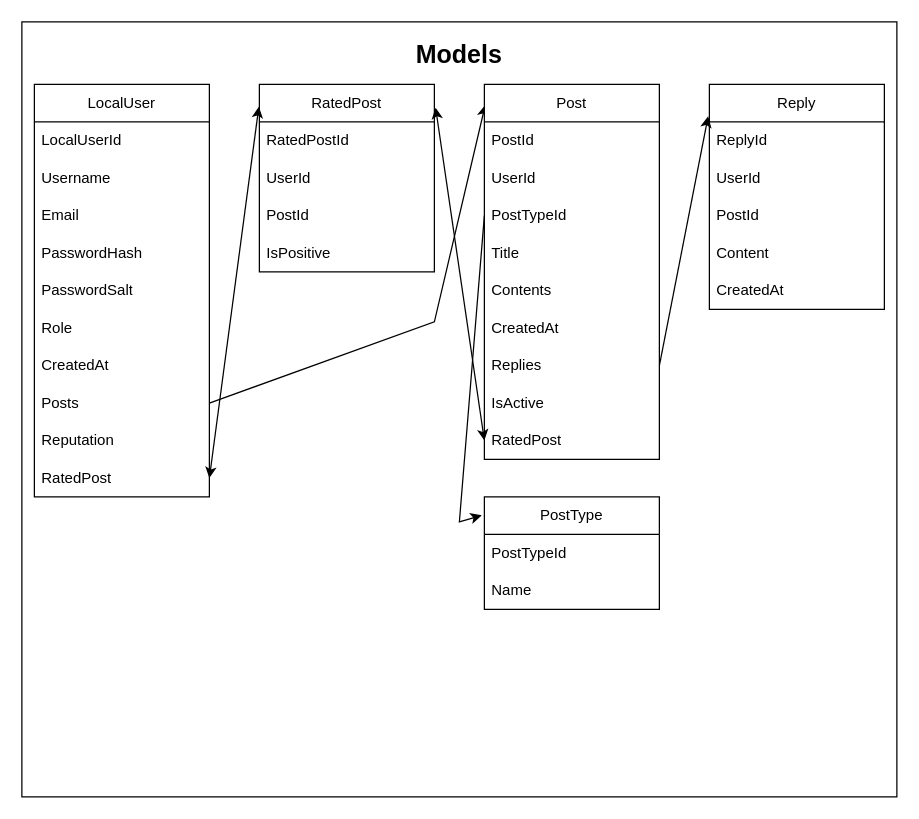
The draw.io diagram Forum.drawio in TaurasCern/HSForum, before the edit. Source tidied: cells renumbered, new cells numbered last; positions are measured from the earlier drawing's top-left corner, leaving out a move shared by most shapes. Both pictures are drawn from the tidied source at 125%, with x=0, y=0 at pixel (21, 21).
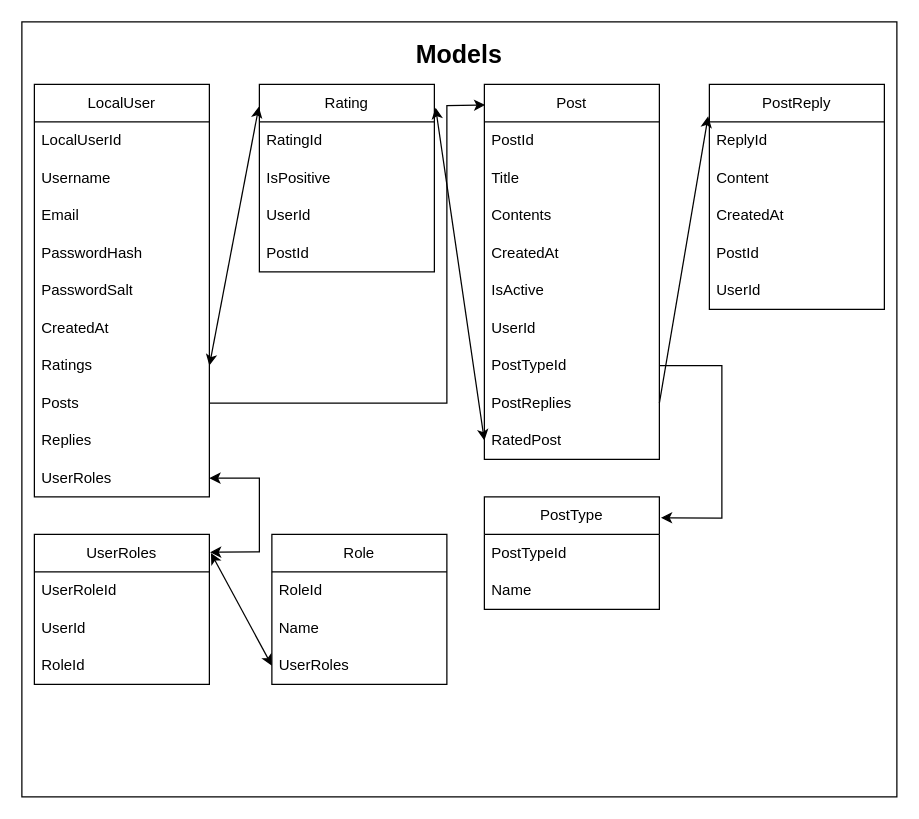
The same page after the edit.

Unchanged cells that the change refers to:
```xml
<mxCell id="3" value="LocalUser&lt;br&gt;" style="swimlane;fontStyle=0;horizontal=1;startSize=30;whiteSpace=wrap;html=1;" parent="1" vertex="1">
  <mxGeometry x="10" y="50" width="140" height="330" as="geometry" />
</mxCell>
<mxCell id="11" value="Posts" style="text;strokeColor=none;fillColor=none;align=left;verticalAlign=middle;spacingLeft=4;spacingRight=4;overflow=hidden;points=[[0,0.5],[1,0.5]];portConstraint=eastwest;whiteSpace=wrap;html=1;" parent="3" vertex="1">
  <mxGeometry y="240" width="140" height="30" as="geometry" />
</mxCell>
<mxCell id="16" value="PostType" style="swimlane;fontStyle=0;horizontal=1;startSize=30;whiteSpace=wrap;html=1;" parent="1" vertex="1">
  <mxGeometry x="370" y="380" width="140" height="90" as="geometry" />
</mxCell>
<mxCell id="19" value="Post" style="swimlane;fontStyle=0;horizontal=1;startSize=30;whiteSpace=wrap;html=1;" parent="1" vertex="1">
  <mxGeometry x="370" y="50" width="140" height="300" as="geometry" />
</mxCell>
```

What changed in the source:
```diff
@@
-    <mxCell id="9" value="Role" style="text;strokeColor=none;fillColor=none;align=left;verticalAlign=middle;spacingLeft=4;spacingRight=4;overflow=hidden;points=[[0,0.5],[1,0.5]];portConstraint=eastwest;whiteSpace=wrap;html=1;" parent="3" vertex="1">
-      <mxGeometry y="180" width="140" height="30" as="geometry" />
-    </mxCell>
     <mxCell id="10" value="CreatedAt" style="text;strokeColor=none;fillColor=none;align=left;verticalAlign=middle;spacingLeft=4;spacingRight=4;overflow=hidden;whiteSpace=wrap;html=1;" parent="3" vertex="1">
-      <mxGeometry y="210" width="140" height="30" as="geometry" />
+      <mxGeometry y="180" width="140" height="30" as="geometry" />
     </mxCell>
+    <mxCell id="13" value="Ratings" style="text;strokeColor=none;fillColor=none;align=left;verticalAlign=middle;spacingLeft=4;spacingRight=4;overflow=hidden;points=[[0,0.5],[1,0.5]];portConstraint=eastwest;whiteSpace=wrap;html=1;" parent="3" vertex="1">
+      <mxGeometry y="210" width="140" height="30" as="geometry" />
+    </mxCell>
@@
-    <mxCell id="12" value="Reputation" style="text;strokeColor=none;fillColor=none;align=left;verticalAlign=middle;spacingLeft=4;spacingRight=4;overflow=hidden;whiteSpace=wrap;html=1;" parent="3" vertex="1">
+    <mxCell id="12" value="Replies" style="text;strokeColor=none;fillColor=none;align=left;verticalAlign=middle;spacingLeft=4;spacingRight=4;overflow=hidden;whiteSpace=wrap;html=1;" parent="3" vertex="1">
       <mxGeometry y="270" width="140" height="30" as="geometry" />
     </mxCell>
-    <mxCell id="13" value="RatedPost" style="text;strokeColor=none;fillColor=none;align=left;verticalAlign=middle;spacingLeft=4;spacingRight=4;overflow=hidden;points=[[0,0.5],[1,0.5]];portConstraint=eastwest;whiteSpace=wrap;html=1;" parent="3" vertex="1">
-      <mxGeometry y="300" width="140" height="30" as="geometry" />
-    </mxCell>
+    <mxCell id="9" value="UserRoles" style="text;strokeColor=none;fillColor=none;align=left;verticalAlign=middle;spacingLeft=4;spacingRight=4;overflow=hidden;points=[[0,0.5],[1,0.5]];portConstraint=eastwest;whiteSpace=wrap;html=1;" parent="3" vertex="1">
+      <mxGeometry y="300" width="140" height="30" as="geometry" />
+    </mxCell>
     <mxCell id="14" style="endArrow=classic;html=1;rounded=0;entryX=0.005;entryY=0.055;entryDx=0;entryDy=0;exitX=1;exitY=0.5;exitDx=0;exitDy=0;entryPerimeter=0;" parent="1" edge="1" source="11" target="19">
       <mxGeometry relative="1" as="geometry">
         <Array as="points">
-          <mxPoint x="330" y="240" />
+          <mxPoint x="340" y="305" />
+          <mxPoint x="340" y="67" />
         </Array>
       </mxGeometry>
     </mxCell>
-    <mxCell id="15" style="endArrow=classic;html=1;rounded=0;exitX=0;exitY=0.5;exitDx=0;exitDy=0;entryX=-0.015;entryY=0.164;entryDx=0;entryDy=0;entryPerimeter=0;" parent="1" edge="1" source="22" target="16">
+    <mxCell id="15" style="endArrow=classic;html=1;rounded=0;exitX=1;exitY=0.5;exitDx=0;exitDy=0;entryX=1.009;entryY=0.185;entryDx=0;entryDy=0;entryPerimeter=0;" parent="1" edge="1" source="22" target="16">
       <mxGeometry relative="1" as="geometry">
         <Array as="points">
-          <mxPoint x="350" y="400" />
+          <mxPoint x="560" y="275" />
+          <mxPoint x="560" y="397" />
         </Array>
       </mxGeometry>
     </mxCell>
@@
-    <mxCell id="21" value="UserId" style="text;strokeColor=none;fillColor=none;align=left;verticalAlign=middle;spacingLeft=4;spacingRight=4;overflow=hidden;whiteSpace=wrap;html=1;" parent="19" vertex="1">
-      <mxGeometry y="60" width="140" height="30" as="geometry" />
-    </mxCell>
-    <mxCell id="22" value="PostTypeId" style="text;strokeColor=none;fillColor=none;align=left;verticalAlign=middle;spacingLeft=4;spacingRight=4;overflow=hidden;points=[[0,0.5],[1,0.5]];portConstraint=eastwest;whiteSpace=wrap;html=1;" parent="19" vertex="1">
-      <mxGeometry y="90" width="140" height="30" as="geometry" />
-    </mxCell>
     <mxCell id="23" value="Title" style="text;strokeColor=none;fillColor=none;align=left;verticalAlign=middle;spacingLeft=4;spacingRight=4;overflow=hidden;whiteSpace=wrap;html=1;" parent="19" vertex="1">
-      <mxGeometry y="120" width="140" height="30" as="geometry" />
+      <mxGeometry y="60" width="140" height="30" as="geometry" />
     </mxCell>
     <mxCell id="24" value="Contents" style="text;strokeColor=none;fillColor=none;align=left;verticalAlign=middle;spacingLeft=4;spacingRight=4;overflow=hidden;whiteSpace=wrap;html=1;" parent="19" vertex="1">
-      <mxGeometry y="150" width="140" height="30" as="geometry" />
+      <mxGeometry y="90" width="140" height="30" as="geometry" />
     </mxCell>
     <mxCell id="25" value="CreatedAt" style="text;strokeColor=none;fillColor=none;align=left;verticalAlign=middle;spacingLeft=4;spacingRight=4;overflow=hidden;whiteSpace=wrap;html=1;" parent="19" vertex="1">
-      <mxGeometry y="180" width="140" height="30" as="geometry" />
+      <mxGeometry y="120" width="140" height="30" as="geometry" />
     </mxCell>
+    <mxCell id="27" value="IsActive" style="text;strokeColor=none;fillColor=none;align=left;verticalAlign=middle;spacingLeft=4;spacingRight=4;overflow=hidden;whiteSpace=wrap;html=1;" parent="19" vertex="1">
+      <mxGeometry y="150" width="140" height="30" as="geometry" />
+    </mxCell>
+    <mxCell id="21" value="UserId" style="text;strokeColor=none;fillColor=none;align=left;verticalAlign=middle;spacingLeft=4;spacingRight=4;overflow=hidden;whiteSpace=wrap;html=1;" parent="19" vertex="1">
+      <mxGeometry y="180" width="140" height="30" as="geometry" />
+    </mxCell>
+    <mxCell id="22" value="PostTypeId" style="text;strokeColor=none;fillColor=none;align=left;verticalAlign=middle;spacingLeft=4;spacingRight=4;overflow=hidden;points=[[0,0.5],[1,0.5]];portConstraint=eastwest;whiteSpace=wrap;html=1;" parent="19" vertex="1">
+      <mxGeometry y="210" width="140" height="30" as="geometry" />
+    </mxCell>
-    <mxCell id="26" value="Replies" style="text;strokeColor=none;fillColor=none;align=left;verticalAlign=middle;spacingLeft=4;spacingRight=4;overflow=hidden;points=[[0,0.5],[1,0.5]];portConstraint=eastwest;whiteSpace=wrap;html=1;" parent="19" vertex="1">
-      <mxGeometry y="210" width="140" height="30" as="geometry" />
+    <mxCell id="26" value="PostReplies" style="text;strokeColor=none;fillColor=none;align=left;verticalAlign=middle;spacingLeft=4;spacingRight=4;overflow=hidden;points=[[0,0.5],[1,0.5]];portConstraint=eastwest;whiteSpace=wrap;html=1;" parent="19" vertex="1">
+      <mxGeometry y="240" width="140" height="30" as="geometry" />
     </mxCell>
-    <mxCell id="27" value="IsActive" style="text;strokeColor=none;fillColor=none;align=left;verticalAlign=middle;spacingLeft=4;spacingRight=4;overflow=hidden;whiteSpace=wrap;html=1;" parent="19" vertex="1">
-      <mxGeometry y="240" width="140" height="30" as="geometry" />
-    </mxCell>
@@
-    <mxCell id="30" value="Reply" style="swimlane;fontStyle=0;horizontal=1;startSize=30;whiteSpace=wrap;html=1;" parent="1" vertex="1">
+    <mxCell id="30" value="PostReply" style="swimlane;fontStyle=0;horizontal=1;startSize=30;whiteSpace=wrap;html=1;" parent="1" vertex="1">
       <mxGeometry x="550" y="50" width="140" height="180" as="geometry" />
     </mxCell>
@@
-    <mxCell id="32" value="UserId" style="text;strokeColor=none;fillColor=none;align=left;verticalAlign=middle;spacingLeft=4;spacingRight=4;overflow=hidden;whiteSpace=wrap;html=1;" parent="30" vertex="1">
-      <mxGeometry y="60" width="140" height="30" as="geometry" />
-    </mxCell>
-    <mxCell id="33" value="PostId" style="text;strokeColor=none;fillColor=none;align=left;verticalAlign=middle;spacingLeft=4;spacingRight=4;overflow=hidden;whiteSpace=wrap;html=1;" parent="30" vertex="1">
-      <mxGeometry y="90" width="140" height="30" as="geometry" />
-    </mxCell>
     <mxCell id="34" value="Content" style="text;strokeColor=none;fillColor=none;align=left;verticalAlign=middle;spacingLeft=4;spacingRight=4;overflow=hidden;whiteSpace=wrap;html=1;" parent="30" vertex="1">
-      <mxGeometry y="120" width="140" height="30" as="geometry" />
+      <mxGeometry y="60" width="140" height="30" as="geometry" />
     </mxCell>
     <mxCell id="35" value="CreatedAt" style="text;strokeColor=none;fillColor=none;align=left;verticalAlign=middle;spacingLeft=4;spacingRight=4;overflow=hidden;whiteSpace=wrap;html=1;" parent="30" vertex="1">
-      <mxGeometry y="150" width="140" height="30" as="geometry" />
+      <mxGeometry y="90" width="140" height="30" as="geometry" />
     </mxCell>
+    <mxCell id="33" value="PostId" style="text;strokeColor=none;fillColor=none;align=left;verticalAlign=middle;spacingLeft=4;spacingRight=4;overflow=hidden;whiteSpace=wrap;html=1;" parent="30" vertex="1">
+      <mxGeometry y="120" width="140" height="30" as="geometry" />
+    </mxCell>
+    <mxCell id="32" value="UserId" style="text;strokeColor=none;fillColor=none;align=left;verticalAlign=middle;spacingLeft=4;spacingRight=4;overflow=hidden;whiteSpace=wrap;html=1;" parent="30" vertex="1">
+      <mxGeometry y="150" width="140" height="30" as="geometry" />
+    </mxCell>
@@
-    <mxCell id="37" value="RatedPost" style="swimlane;fontStyle=0;horizontal=1;startSize=30;whiteSpace=wrap;html=1;" parent="1" vertex="1">
+    <mxCell id="37" value="Rating" style="swimlane;fontStyle=0;horizontal=1;startSize=30;whiteSpace=wrap;html=1;" parent="1" vertex="1">
       <mxGeometry x="190" y="50" width="140" height="150" as="geometry" />
     </mxCell>
-    <mxCell id="38" value="RatedPostId" style="text;strokeColor=none;fillColor=none;align=left;verticalAlign=middle;spacingLeft=4;spacingRight=4;overflow=hidden;whiteSpace=wrap;html=1;" parent="37" vertex="1">
+    <mxCell id="38" value="RatingId" style="text;strokeColor=none;fillColor=none;align=left;verticalAlign=middle;spacingLeft=4;spacingRight=4;overflow=hidden;whiteSpace=wrap;html=1;" parent="37" vertex="1">
       <mxGeometry y="30" width="140" height="30" as="geometry" />
     </mxCell>
+    <mxCell id="41" value="IsPositive" style="text;strokeColor=none;fillColor=none;align=left;verticalAlign=middle;spacingLeft=4;spacingRight=4;overflow=hidden;whiteSpace=wrap;html=1;" parent="37" vertex="1">
+      <mxGeometry y="60" width="140" height="30" as="geometry" />
+    </mxCell>
     <mxCell id="39" value="UserId" style="text;strokeColor=none;fillColor=none;align=left;verticalAlign=middle;spacingLeft=4;spacingRight=4;overflow=hidden;whiteSpace=wrap;html=1;" parent="37" vertex="1">
-      <mxGeometry y="60" width="140" height="30" as="geometry" />
+      <mxGeometry y="90" width="140" height="30" as="geometry" />
     </mxCell>
     <mxCell id="40" value="PostId" style="text;strokeColor=none;fillColor=none;align=left;verticalAlign=middle;spacingLeft=4;spacingRight=4;overflow=hidden;whiteSpace=wrap;html=1;" parent="37" vertex="1">
-      <mxGeometry y="90" width="140" height="30" as="geometry" />
+      <mxGeometry y="120" width="140" height="30" as="geometry" />
     </mxCell>
-    <mxCell id="41" value="IsPositive" style="text;strokeColor=none;fillColor=none;align=left;verticalAlign=middle;spacingLeft=4;spacingRight=4;overflow=hidden;whiteSpace=wrap;html=1;" parent="37" vertex="1">
-      <mxGeometry y="120" width="140" height="30" as="geometry" />
-    </mxCell>
@@
+    <mxCell id="44" value="UserRoles" style="swimlane;fontStyle=0;horizontal=1;startSize=30;whiteSpace=wrap;html=1;" parent="1" vertex="1">
+      <mxGeometry x="10" y="410" width="140" height="120" as="geometry" />
+    </mxCell>
+    <mxCell id="45" value="UserRoleId" style="text;strokeColor=none;fillColor=none;align=left;verticalAlign=middle;spacingLeft=4;spacingRight=4;overflow=hidden;whiteSpace=wrap;html=1;" parent="44" vertex="1">
+      <mxGeometry y="30" width="140" height="30" as="geometry" />
+    </mxCell>
+    <mxCell id="46" value="UserId" style="text;strokeColor=none;fillColor=none;align=left;verticalAlign=middle;spacingLeft=4;spacingRight=4;overflow=hidden;whiteSpace=wrap;html=1;" parent="44" vertex="1">
+      <mxGeometry y="60" width="140" height="30" as="geometry" />
+    </mxCell>
+    <mxCell id="47" value="RoleId&lt;br&gt;" style="text;strokeColor=none;fillColor=none;align=left;verticalAlign=middle;spacingLeft=4;spacingRight=4;overflow=hidden;whiteSpace=wrap;html=1;" parent="44" vertex="1">
+      <mxGeometry y="90" width="140" height="30" as="geometry" />
+    </mxCell>
+    <mxCell id="48" style="endArrow=classic;startArrow=classic;html=1;rounded=0;exitX=1;exitY=0.5;exitDx=0;exitDy=0;entryX=1.004;entryY=0.119;entryDx=0;entryDy=0;entryPerimeter=0;" parent="1" edge="1" source="9" target="44">
+      <mxGeometry relative="1" as="geometry">
+        <Array as="points">
+          <mxPoint x="190" y="365" />
+          <mxPoint x="190" y="424" />
+        </Array>
+      </mxGeometry>
+    </mxCell>
+    <mxCell id="49" value="Role" style="swimlane;fontStyle=0;horizontal=1;startSize=30;whiteSpace=wrap;html=1;" parent="1" vertex="1">
+      <mxGeometry x="200" y="410" width="140" height="120" as="geometry" />
+    </mxCell>
+    <mxCell id="50" value="RoleId" style="text;strokeColor=none;fillColor=none;align=left;verticalAlign=middle;spacingLeft=4;spacingRight=4;overflow=hidden;whiteSpace=wrap;html=1;" parent="49" vertex="1">
+      <mxGeometry y="30" width="140" height="30" as="geometry" />
+    </mxCell>
+    <mxCell id="51" value="Name" style="text;strokeColor=none;fillColor=none;align=left;verticalAlign=middle;spacingLeft=4;spacingRight=4;overflow=hidden;whiteSpace=wrap;html=1;" parent="49" vertex="1">
+      <mxGeometry y="60" width="140" height="30" as="geometry" />
+    </mxCell>
+    <mxCell id="52" value="UserRoles" style="text;strokeColor=none;fillColor=none;align=left;verticalAlign=middle;spacingLeft=4;spacingRight=4;overflow=hidden;points=[[0,0.5],[1,0.5]];portConstraint=eastwest;whiteSpace=wrap;html=1;" parent="49" vertex="1">
+      <mxGeometry y="90" width="140" height="30" as="geometry" />
+    </mxCell>
+    <mxCell id="53" style="endArrow=classic;startArrow=classic;html=1;rounded=0;entryX=0;entryY=0.5;entryDx=0;entryDy=0;exitX=1.009;exitY=0.124;exitDx=0;exitDy=0;exitPerimeter=0;" parent="1" edge="1" source="44" target="52">
+      <mxGeometry relative="1" as="geometry" />
+    </mxCell>
```
